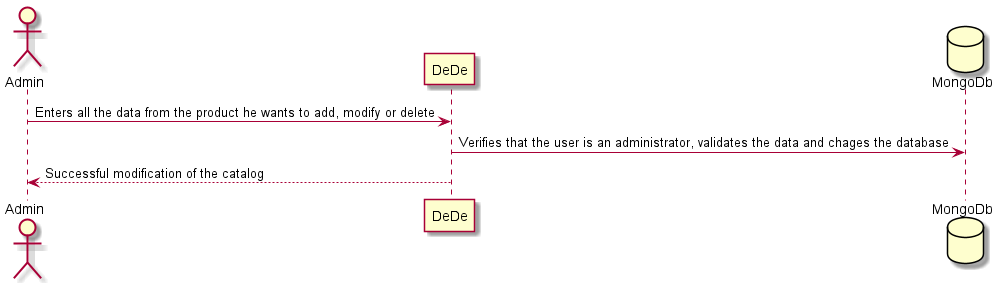
This is images/AdminModify.png from Arquisoft/Arquisoft-dede_es_04a, a PlantUML export, as it was before one commit. The source it was exported from:
```plantuml
@startuml
actor Admin
participant DeDe
database MongoDb
Admin -> DeDe: Enters all the data from the product he wants to add, modify or delete
DeDe -> MongoDb: Verifies that the user is an administrator, validates the data and chages the database
DeDe --> Admin: Successful modification of the catalog
@enduml
```
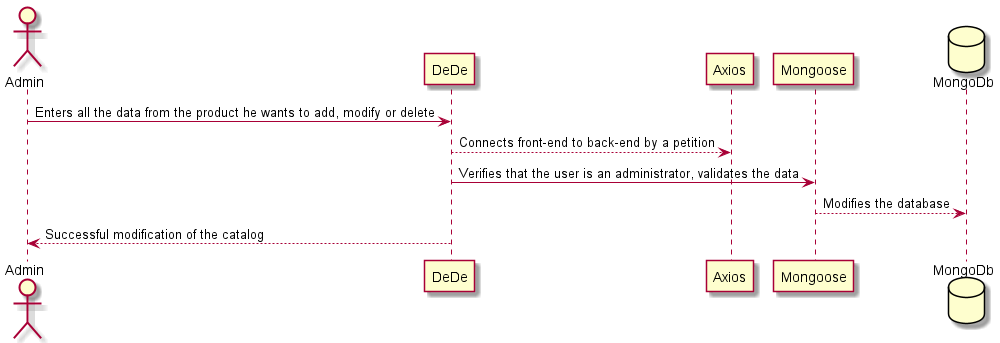
After the commit.

Change to the diagram source:
```diff
@@ -1,8 +1,13 @@
 @startuml
 actor Admin
 participant DeDe
+participant Axios
+participant Mongoose
 database MongoDb
 Admin -> DeDe: Enters all the data from the product he wants to add, modify or delete
-DeDe -> MongoDb: Verifies that the user is an administrator, validates the data and chages the database
+DeDe --> Axios: Connects front-end to back-end by a petition
+DeDe -> Mongoose: Verifies that the user is an administrator, validates the data
+Mongoose --> MongoDb: Modifies the database
 DeDe --> Admin: Successful modification of the catalog
+
 @enduml
```
